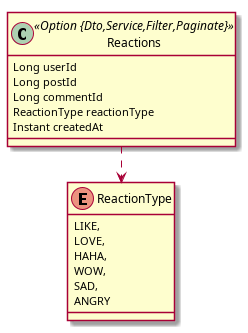
The PlantUML diagram infra/db/jdl/reaction_db.png in phungle2508/AppF4, before a commit. The source it was exported from:
```plantuml
@startuml
	!pragma layout smetana
	!pragma syntax class
	enum ReactionType {
		LIKE,
		LOVE,
		HAHA,
		WOW,
		SAD,
		ANGRY
	}
	class Reactions <<Option {Dto,Service,Filter,Paginate}>> {
		Long userId
		Long postId
		Long commentId
		ReactionType reactionType
		Instant createdAt
	}
	Reactions ..> ReactionType
@enduml
```
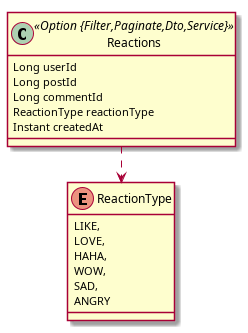
The same diagram one commit later.

Diff of the diagram source:
```diff
@@ -9,7 +9,7 @@
 		SAD,
 		ANGRY
 	}
-	class Reactions <<Option {Dto,Service,Filter,Paginate}>> {
+	class Reactions <<Option {Filter,Paginate,Dto,Service}>> {
 		Long userId
 		Long postId
 		Long commentId
```
